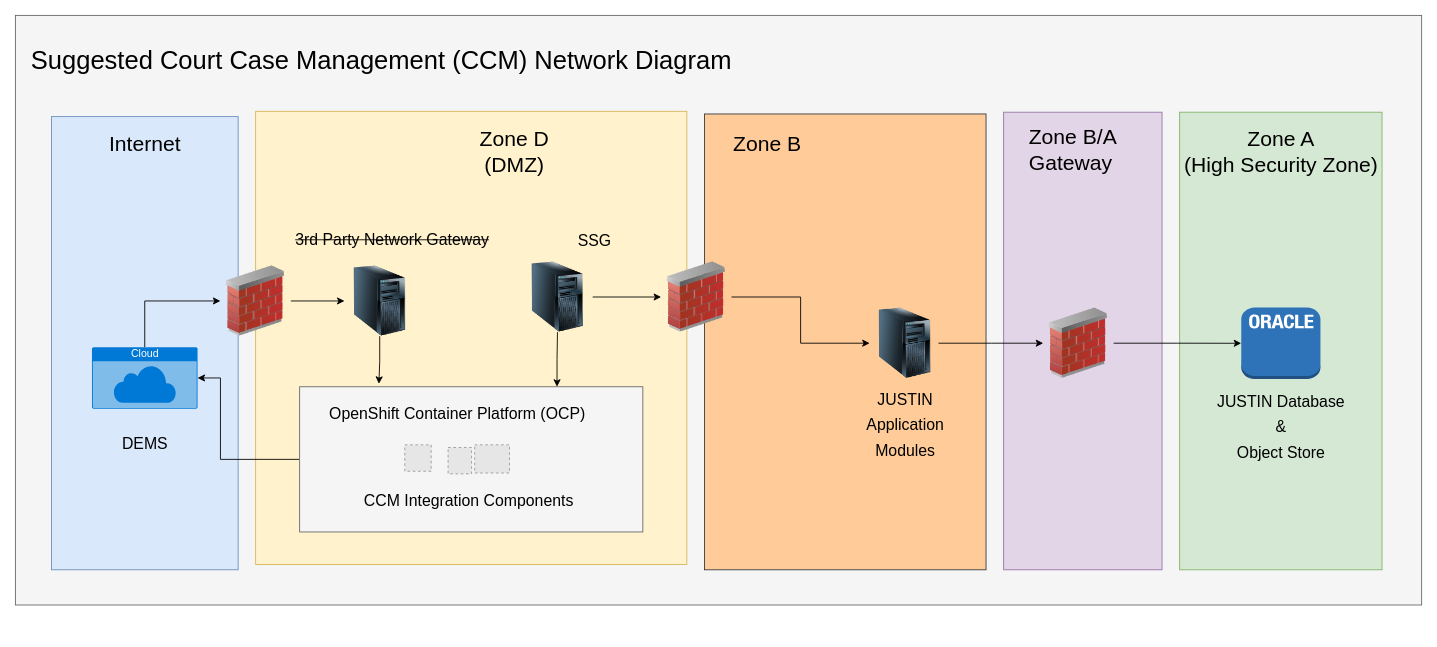
bcgov/jpss-jade-ccm keeps this draw.io diagram as img/src/ccm_network_diagram.drawio. Above is the earlier version. Source tidied: cells renumbered, new cells numbered last; positions are measured from the earlier drawing's top-left corner, leaving out a move shared by most shapes. Both pictures are drawn from the tidied source at 88%, with x=0, y=0 at pixel (15, 15). Pictures stored in the file or linked from it are replaced by grey dashed boxes.
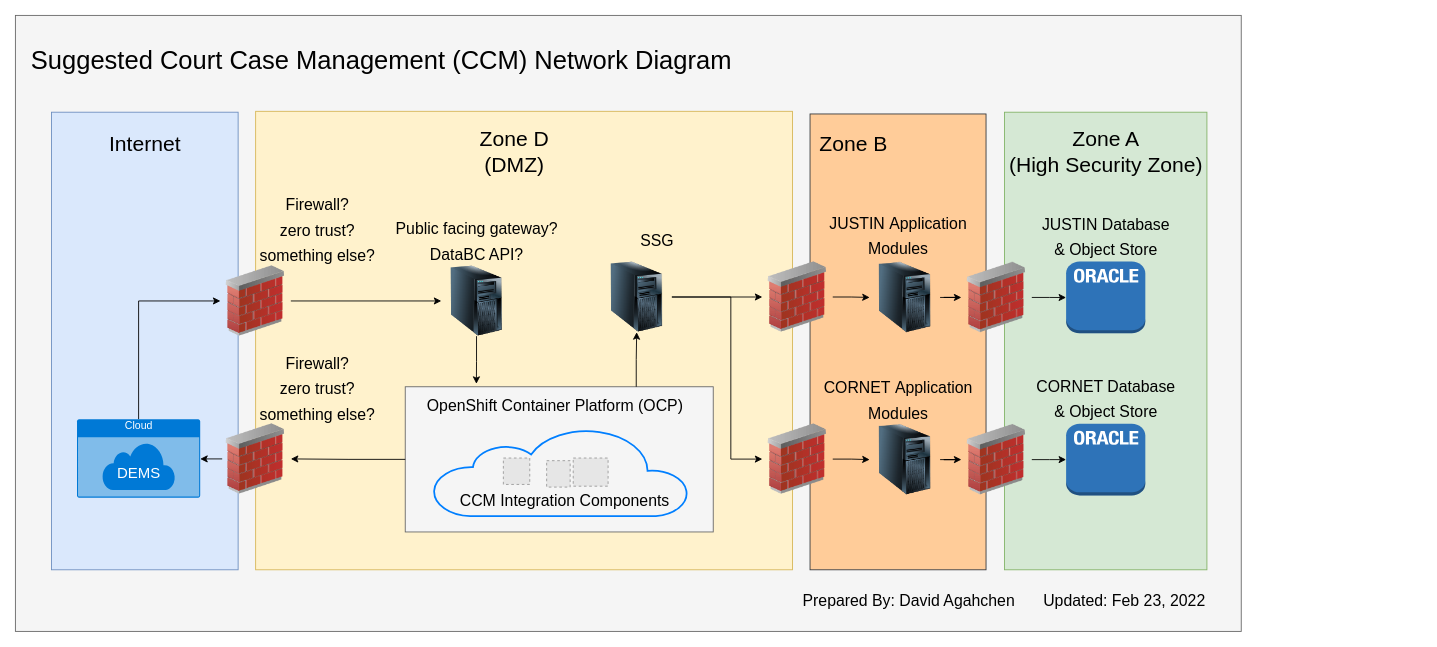
Above is the later version.

Commit message (it also covers changes not shown here):
Updated network diagrams

Diff of the diagram source:
```diff
@@
     <mxCell id="2" style="rounded=0;whiteSpace=wrap;html=1;labelBackgroundColor=none;fontSize=29;fontColor=#333333;fillColor=#f5f5f5;strokeColor=#666666;" parent="1" vertex="1">
-      <mxGeometry width="1598" height="670" as="geometry" />
+      <mxGeometry width="1393" height="700" as="geometry" />
     </mxCell>
+    <mxCell id="7" style="rounded=1;whiteSpace=wrap;html=1;fillColor=#fff2cc;strokeColor=#d6b656;fontSize=25;arcSize=0;" parent="1" vertex="1">
+      <mxGeometry x="273" y="109" width="610" height="521" as="geometry" />
+    </mxCell>
+    <mxCell id="27" style="rounded=1;whiteSpace=wrap;html=1;fillColor=#f5f5f5;strokeColor=#666666;fontSize=25;arcSize=0;fontColor=#333333;" parent="1" vertex="1">
+      <mxGeometry x="443" y="422" width="350" height="165" as="geometry" />
+    </mxCell>
+    <mxCell id="42" style="html=1;verticalLabelPosition=bottom;align=center;labelBackgroundColor=#ffffff;verticalAlign=top;strokeWidth=2;shadow=0;dashed=0;shape=mxgraph.ios7.icons.cloud;fontSize=17;fillColor=none;strokeColor=#007FFF;" parent="1" vertex="1">
+      <mxGeometry x="475" y="469" width="290" height="100" as="geometry" />
+    </mxCell>
     <mxCell id="3" style="rounded=1;whiteSpace=wrap;html=1;fillColor=#ffcc99;strokeColor=#36393d;fontSize=25;fontColor=#000000;arcSize=0;" parent="1" vertex="1">
-      <mxGeometry x="783" y="112" width="320" height="518" as="geometry" />
+      <mxGeometry x="903" y="112" width="200" height="518" as="geometry" />
     </mxCell>
     <mxCell id="4" style="rounded=1;whiteSpace=wrap;html=1;fillColor=#d5e8d4;strokeColor=#82b366;fontSize=25;arcSize=0;" parent="1" vertex="1">
-      <mxGeometry x="1323" y="110" width="230" height="520" as="geometry" />
+      <mxGeometry x="1124" y="110" width="230" height="520" as="geometry" />
     </mxCell>
@@
     <mxCell id="6" style="rounded=1;whiteSpace=wrap;html=1;fontSize=25;arcSize=0;fillColor=#dae8fc;strokeColor=#6c8ebf;" parent="1" vertex="1">
-      <mxGeometry x="41" y="115" width="212.1" height="515" as="geometry" />
+      <mxGeometry x="41" y="110" width="212.1" height="520" as="geometry" />
     </mxCell>
-    <mxCell id="7" style="rounded=1;whiteSpace=wrap;html=1;fillColor=#fff2cc;strokeColor=#d6b656;fontSize=25;arcSize=0;" parent="1" vertex="1">
-      <mxGeometry x="273" y="109" width="490" height="515" as="geometry" />
-    </mxCell>
@@
     <mxCell id="9" value="&lt;span style=&quot;font-weight: 400&quot;&gt;Zone B&lt;br&gt;&lt;/span&gt;" style="text;strokeColor=none;fillColor=none;html=1;fontSize=24;fontStyle=1;verticalAlign=middle;align=left;rounded=1;labelBackgroundColor=none;fontColor=#000000;" parent="1" vertex="1">
-      <mxGeometry x="813.8" y="124" width="90" height="45" as="geometry" />
+      <mxGeometry x="911.8" y="124" width="90" height="45" as="geometry" />
     </mxCell>
@@
     <mxCell id="13" style="image;html=1;image=img/lib/clip_art/networking/Firewall_02_128x128.png;" parent="1" vertex="1">
-      <mxGeometry x="733.8" y="280" width="80" height="80" as="geometry" />
+      <mxGeometry x="848.8" y="280" width="80" height="80" as="geometry" />
     </mxCell>
-    <mxCell id="14" style="rounded=1;whiteSpace=wrap;html=1;fillColor=#e1d5e7;strokeColor=#9673a6;fontSize=25;arcSize=0;" parent="1" vertex="1">
-      <mxGeometry x="1123" y="110" width="180" height="520" as="geometry" />
-    </mxCell>
@@
     <mxCell id="16" style="image;html=1;image=img/lib/clip_art/networking/Firewall_02_128x128.png;" parent="1" vertex="1">
-      <mxGeometry x="1168" y="332.5" width="80" height="80" as="geometry" />
+      <mxGeometry x="1075" y="280.5" width="80" height="80" as="geometry" />
     </mxCell>
-    <mxCell id="17" value="&lt;span style=&quot;font-weight: 400&quot;&gt;Zone B/A&lt;br&gt;Gateway&lt;br&gt;&lt;/span&gt;" style="text;strokeColor=none;fillColor=none;html=1;fontSize=24;fontStyle=1;verticalAlign=middle;align=left;rounded=1;labelBackgroundColor=none;fontColor=#000000;" parent="1" vertex="1">
-      <mxGeometry x="1149.8" y="130" width="90" height="45" as="geometry" />
-    </mxCell>
-    <mxCell id="18" value="&lt;div&gt;&lt;span style=&quot;font-size: 18px ; font-weight: 400&quot;&gt;&lt;strike&gt;3rd Party Network Gateway&lt;/strike&gt;&lt;/span&gt;&lt;/div&gt;" style="text;strokeColor=none;fillColor=none;html=1;fontSize=24;fontStyle=1;verticalAlign=middle;align=center;rounded=1;labelBackgroundColor=none;fontColor=#000000;" parent="1" vertex="1">
-      <mxGeometry x="312.5" y="230" width="230" height="45" as="geometry" />
-    </mxCell>
@@
     <mxCell id="20" value="Cloud" style="html=1;strokeColor=none;fillColor=#0079D6;labelPosition=center;verticalLabelPosition=middle;verticalAlign=top;align=center;fontSize=12;outlineConnect=0;spacingTop=-6;fontColor=#FFFFFF;sketch=0;shape=mxgraph.sitemap.cloud;" parent="1" vertex="1">
-      <mxGeometry x="87" y="377" width="120" height="70" as="geometry" />
+      <mxGeometry x="70" y="459" width="140" height="89" as="geometry" />
     </mxCell>
-    <mxCell id="21" value="&lt;div&gt;&lt;span style=&quot;font-size: 18px ; font-weight: 400&quot;&gt;DEMS&lt;/span&gt;&lt;/div&gt;" style="text;strokeColor=none;fillColor=none;html=1;fontSize=24;fontStyle=1;verticalAlign=middle;align=center;rounded=1;labelBackgroundColor=none;fontColor=#000000;" parent="1" vertex="1">
-      <mxGeometry x="102" y="462.5" width="90" height="45" as="geometry" />
+    <mxCell id="21" value="&lt;div style=&quot;font-size: 17px;&quot;&gt;&lt;span style=&quot;font-size: 17px; font-weight: 400;&quot;&gt;DEMS&lt;/span&gt;&lt;/div&gt;" style="text;strokeColor=none;fillColor=none;html=1;fontSize=17;fontStyle=1;verticalAlign=middle;align=center;rounded=1;labelBackgroundColor=none;fontColor=#FFFFFF;" parent="1" vertex="1">
+      <mxGeometry x="95" y="498" width="90" height="45" as="geometry" />
     </mxCell>
@@
-    <mxCell id="23" style="edgeStyle=orthogonalEdgeStyle;rounded=0;jettySize=auto;html=1;entryX=0.5;entryY=1;entryDx=0;entryDy=0;fontSize=18;startArrow=classic;startFill=1;exitX=0.75;exitY=0;exitDx=0;exitDy=0;strokeColor=#000000;endArrow=none;endFill=0;" parent="1" edge="1" source="27" target="37">
+    <mxCell id="23" style="edgeStyle=orthogonalEdgeStyle;rounded=0;jettySize=auto;html=1;entryX=0.5;entryY=1;entryDx=0;entryDy=0;fontSize=18;startArrow=none;startFill=0;exitX=0.75;exitY=0;exitDx=0;exitDy=0;strokeColor=#000000;endArrow=classic;endFill=1;" parent="1" edge="1" source="27" target="37">
       <mxGeometry relative="1" as="geometry" />
     </mxCell>
     <mxCell id="24" style="image;html=1;image=img/lib/clip_art/computers/Server_Tower_128x128.png;fontSize=18;" parent="1" vertex="1">
-      <mxGeometry x="374" y="284.5" width="80" height="80" as="geometry" />
+      <mxGeometry x="484" y="284.5" width="80" height="80" as="geometry" />
     </mxCell>
@@
-    <mxCell id="26" style="edgeStyle=orthogonalEdgeStyle;rounded=0;jettySize=auto;html=1;fontSize=18;startArrow=none;startFill=0;strokeColor=#000000;" parent="1" edge="1" source="27" target="20">
-      <mxGeometry relative="1" as="geometry">
-        <Array as="points">
-          <mxPoint x="233" y="504" />
-          <mxPoint x="233" y="412" />
-        </Array>
-      </mxGeometry>
-    </mxCell>
-    <mxCell id="27" style="rounded=1;whiteSpace=wrap;html=1;fillColor=#f5f5f5;strokeColor=#666666;fontSize=25;arcSize=0;fontColor=#333333;" parent="1" vertex="1">
-      <mxGeometry x="323" y="422" width="390" height="165" as="geometry" />
-    </mxCell>
     <mxCell id="28" value="&lt;div&gt;&lt;span style=&quot;font-size: 18px ; font-weight: 400&quot;&gt;OpenShift Container Platform (OCP)&lt;/span&gt;&lt;/div&gt;" style="text;strokeColor=none;fillColor=none;html=1;fontSize=24;fontStyle=1;verticalAlign=middle;align=center;rounded=1;labelBackgroundColor=none;fontColor=#000000;" parent="1" vertex="1">
-      <mxGeometry x="341" y="428" width="321.9" height="45" as="geometry" />
+      <mxGeometry x="452" y="419" width="321.9" height="45" as="geometry" />
     </mxCell>
     <mxCell id="29" style="fillColor=#E6E6E6;strokeColor=#999999;dashed=1;verticalLabelPosition=bottom;verticalAlign=top;" parent="1" vertex="1">
-      <mxGeometry x="442.5" y="488" width="30" height="30" as="geometry" />
+      <mxGeometry x="554.5" y="503" width="30" height="30" as="geometry" />
     </mxCell>
     <mxCell id="30" style="fillColor=#E6E6E6;strokeColor=#999999;dashed=1;verticalLabelPosition=bottom;verticalAlign=top;" parent="1" vertex="1">
-      <mxGeometry x="491.7" y="491" width="26.7" height="30" as="geometry" />
+      <mxGeometry x="603.7" y="506" width="26.7" height="30" as="geometry" />
     </mxCell>
     <mxCell id="31" style="fillColor=#E6E6E6;strokeColor=#999999;dashed=1;verticalLabelPosition=bottom;labelBackgroundColor=#ffffff;verticalAlign=top;" parent="1" vertex="1">
-      <mxGeometry x="521.9" y="488" width="39.6" height="32" as="geometry" />
+      <mxGeometry x="633.9" y="503" width="39.6" height="32" as="geometry" />
     </mxCell>
     <mxCell id="32" value="&lt;div&gt;&lt;span style=&quot;font-size: 18px ; font-weight: 400&quot;&gt;CCM Integration Components&lt;/span&gt;&lt;/div&gt;" style="text;strokeColor=none;fillColor=none;html=1;fontSize=24;fontStyle=1;verticalAlign=middle;align=center;rounded=1;labelBackgroundColor=none;fontColor=#000000;" parent="1" vertex="1">
-      <mxGeometry x="385" y="527" width="260" height="45" as="geometry" />
+      <mxGeometry x="494" y="527" width="260" height="45" as="geometry" />
     </mxCell>
     <mxCell id="33" value="&lt;span style=&quot;font-weight: 400&quot;&gt;Zone A&lt;br&gt;&lt;div&gt;&lt;span&gt;(High Security Zone)&lt;/span&gt;&lt;/div&gt;&lt;/span&gt;" style="text;strokeColor=none;fillColor=none;html=1;fontSize=24;fontStyle=1;verticalAlign=middle;align=center;rounded=1;labelBackgroundColor=none;fontColor=#000000;" parent="1" vertex="1">
-      <mxGeometry x="1393" y="132" width="90" height="45" as="geometry" />
+      <mxGeometry x="1194" y="132" width="90" height="45" as="geometry" />
     </mxCell>
     <mxCell id="34" style="outlineConnect=0;dashed=0;verticalLabelPosition=bottom;verticalAlign=top;align=center;html=1;shape=mxgraph.aws3.oracle_db_instance_2;fillColor=#2E73B8;gradientColor=none;fontSize=18;" parent="1" vertex="1">
-      <mxGeometry x="1393" y="331.8" width="90" height="81.5" as="geometry" />
+      <mxGeometry x="1194" y="279.8" width="90" height="81.5" as="geometry" />
     </mxCell>
-    <mxCell id="35" value="&lt;div&gt;&lt;span style=&quot;font-size: 18px ; font-weight: 400&quot;&gt;JUSTIN Database&lt;/span&gt;&lt;/div&gt;&lt;div&gt;&lt;span style=&quot;font-size: 18px ; font-weight: 400&quot;&gt;&amp;amp;&lt;/span&gt;&lt;/div&gt;&lt;div&gt;&lt;span style=&quot;font-size: 18px ; font-weight: 400&quot;&gt;Object Store&lt;/span&gt;&lt;/div&gt;" style="text;strokeColor=none;fillColor=none;html=1;fontSize=24;fontStyle=1;verticalAlign=middle;align=center;rounded=1;labelBackgroundColor=none;fontColor=#000000;" parent="1" vertex="1">
-      <mxGeometry x="1363" y="443" width="150" height="45" as="geometry" />
+    <mxCell id="35" value="&lt;div&gt;&lt;span style=&quot;font-size: 18px ; font-weight: 400&quot;&gt;JUSTIN Database&lt;/span&gt;&lt;/div&gt;&lt;div&gt;&lt;span style=&quot;font-size: 18px ; font-weight: 400&quot;&gt;&amp;amp;&amp;nbsp;&lt;/span&gt;&lt;span style=&quot;font-size: 18px ; font-weight: 400&quot;&gt;Object Store&lt;/span&gt;&lt;/div&gt;" style="text;strokeColor=none;fillColor=none;html=1;fontSize=24;fontStyle=1;verticalAlign=middle;align=center;rounded=1;labelBackgroundColor=none;fontColor=#000000;" parent="1" vertex="1">
+      <mxGeometry x="1164" y="227" width="150" height="45" as="geometry" />
     </mxCell>
@@
     <mxCell id="37" style="image;html=1;image=img/lib/clip_art/computers/Server_Tower_128x128.png;fontSize=18;" parent="1" vertex="1">
-      <mxGeometry x="576" y="280" width="80" height="80" as="geometry" />
+      <mxGeometry x="666" y="280" width="80" height="80" as="geometry" />
     </mxCell>
     <mxCell id="38" value="&lt;div&gt;&lt;span style=&quot;font-size: 18px ; font-weight: 400&quot;&gt;SSG&lt;/span&gt;&lt;/div&gt;" style="text;strokeColor=none;fillColor=none;html=1;fontSize=24;fontStyle=1;verticalAlign=middle;align=center;rounded=1;labelBackgroundColor=none;fontColor=#000000;" parent="1" vertex="1">
-      <mxGeometry x="593" y="232" width="129.2" height="46.5" as="geometry" />
+      <mxGeometry x="664" y="232" width="129.2" height="46.5" as="geometry" />
     </mxCell>
-    <mxCell id="39" style="edgeStyle=orthogonalEdgeStyle;rounded=0;jettySize=auto;html=1;fontSize=18;startArrow=classic;startFill=1;endArrow=none;strokeColor=#000000;" parent="1" edge="1" source="16">
-      <mxGeometry relative="1" as="geometry">
-        <mxPoint x="1049" y="372.5" as="targetPoint" />
-      </mxGeometry>
+    <mxCell id="39" style="edgeStyle=orthogonalEdgeStyle;rounded=0;jettySize=auto;html=1;fontSize=18;startArrow=classic;startFill=1;endArrow=none;strokeColor=#000000;" parent="1" edge="1" source="16" target="41">
+      <mxGeometry relative="1" as="geometry" />
     </mxCell>
-    <mxCell id="40" value="&lt;div&gt;&lt;span style=&quot;font-size: 18px ; font-weight: 400&quot;&gt;JUSTIN&lt;/span&gt;&lt;/div&gt;&lt;div&gt;&lt;span style=&quot;font-size: 18px ; font-weight: 400&quot;&gt;Application&lt;/span&gt;&lt;/div&gt;&lt;div&gt;&lt;span style=&quot;font-size: 18px ; font-weight: 400&quot;&gt;Modules&lt;/span&gt;&lt;/div&gt;" style="text;strokeColor=none;fillColor=none;html=1;fontSize=24;fontStyle=1;verticalAlign=middle;align=center;rounded=1;labelBackgroundColor=none;fontColor=#000000;" parent="1" vertex="1">
-      <mxGeometry x="895.8" y="412" width="230" height="104" as="geometry" />
+    <mxCell id="40" value="&lt;div&gt;&lt;span style=&quot;font-size: 18px ; font-weight: 400&quot;&gt;JUSTIN&amp;nbsp;&lt;/span&gt;&lt;span style=&quot;font-size: 18px ; font-weight: 400&quot;&gt;Application&lt;/span&gt;&lt;/div&gt;&lt;div&gt;&lt;span style=&quot;font-size: 18px ; font-weight: 400&quot;&gt;Modules&lt;/span&gt;&lt;/div&gt;" style="text;strokeColor=none;fillColor=none;html=1;fontSize=24;fontStyle=1;verticalAlign=middle;align=center;rounded=1;labelBackgroundColor=none;fontColor=#000000;" parent="1" vertex="1">
+      <mxGeometry x="887.8" y="197" width="230" height="104" as="geometry" />
     </mxCell>
     <mxCell id="41" style="image;html=1;image=img/lib/clip_art/computers/Server_Tower_128x128.png;fontSize=18;" parent="1" vertex="1">
-      <mxGeometry x="970.8" y="332.5" width="80" height="80" as="geometry" />
+      <mxGeometry x="970.8" y="280.5" width="80" height="80" as="geometry" />
     </mxCell>
+    <mxCell id="43" value="&lt;span style=&quot;font-size: 18px ; font-weight: 400&quot;&gt;Public facing gateway?&lt;br&gt;DataBC API?&lt;br&gt;&lt;/span&gt;" style="text;strokeColor=none;fillColor=none;html=1;fontSize=24;fontStyle=1;verticalAlign=middle;align=center;rounded=1;labelBackgroundColor=none;fontColor=#000000;" parent="1" vertex="1">
+      <mxGeometry x="459.4" y="232" width="129.2" height="46.5" as="geometry" />
+    </mxCell>
+    <mxCell id="44" style="edgeStyle=orthogonalEdgeStyle;rounded=0;jettySize=auto;html=1;fontSize=18;startArrow=none;startFill=0;strokeColor=#000000;endArrow=classic;endFill=1;" parent="1" edge="1" source="27" target="56">
+      <mxGeometry relative="1" as="geometry" />
+    </mxCell>
+    <mxCell id="45" value="&lt;span style=&quot;font-size: 18px ; font-weight: 400&quot;&gt;Firewall?&lt;br&gt;zero trust?&lt;br&gt;something else?&lt;br&gt;&lt;/span&gt;" style="text;strokeColor=none;fillColor=none;html=1;fontSize=24;fontStyle=1;verticalAlign=middle;align=center;rounded=1;labelBackgroundColor=none;fontColor=#000000;" parent="1" vertex="1">
+      <mxGeometry x="278.4" y="220" width="129.2" height="46.5" as="geometry" />
+    </mxCell>
+    <mxCell id="46" style="edgeStyle=orthogonalEdgeStyle;rounded=0;jettySize=auto;html=1;fontSize=18;startArrow=classic;startFill=1;strokeColor=#000000;endArrow=none;endFill=0;entryX=1;entryY=0.5;entryDx=0;entryDy=0;exitX=0;exitY=0.5;exitDx=0;exitDy=0;" parent="1" edge="1" source="47" target="37">
+      <mxGeometry relative="1" as="geometry">
+        <Array as="points">
+          <mxPoint x="813" y="504" />
+          <mxPoint x="813" y="320" />
+        </Array>
+      </mxGeometry>
+    </mxCell>
+    <mxCell id="47" style="image;html=1;image=img/lib/clip_art/networking/Firewall_02_128x128.png;" parent="1" vertex="1">
+      <mxGeometry x="848.8" y="464.2" width="80" height="80" as="geometry" />
+    </mxCell>
+    <mxCell id="48" style="edgeStyle=orthogonalEdgeStyle;rounded=0;jettySize=auto;html=1;fontSize=18;startArrow=none;startFill=0;strokeColor=#000000;" parent="1" edge="1" source="49" target="50">
+      <mxGeometry relative="1" as="geometry" />
+    </mxCell>
+    <mxCell id="49" style="image;html=1;image=img/lib/clip_art/networking/Firewall_02_128x128.png;" parent="1" vertex="1">
+      <mxGeometry x="1075" y="464.8" width="80" height="80" as="geometry" />
+    </mxCell>
+    <mxCell id="50" style="outlineConnect=0;dashed=0;verticalLabelPosition=bottom;verticalAlign=top;align=center;html=1;shape=mxgraph.aws3.oracle_db_instance_2;fillColor=#2E73B8;gradientColor=none;fontSize=18;" parent="1" vertex="1">
+      <mxGeometry x="1194" y="464" width="90" height="81.5" as="geometry" />
+    </mxCell>
+    <mxCell id="51" value="&lt;div&gt;&lt;span style=&quot;font-size: 18px ; font-weight: 400&quot;&gt;CORNET Database&lt;/span&gt;&lt;/div&gt;&lt;div&gt;&lt;span style=&quot;font-size: 18px ; font-weight: 400&quot;&gt;&amp;amp;&amp;nbsp;&lt;/span&gt;&lt;span style=&quot;font-size: 18px ; font-weight: 400&quot;&gt;Object Store&lt;/span&gt;&lt;/div&gt;" style="text;strokeColor=none;fillColor=none;html=1;fontSize=24;fontStyle=1;verticalAlign=middle;align=center;rounded=1;labelBackgroundColor=none;fontColor=#000000;" parent="1" vertex="1">
+      <mxGeometry x="1164" y="411.2" width="150" height="45" as="geometry" />
+    </mxCell>
+    <mxCell id="52" style="edgeStyle=orthogonalEdgeStyle;rounded=0;jettySize=auto;html=1;entryX=0;entryY=0.5;entryDx=0;entryDy=0;fontSize=18;startArrow=none;startFill=0;strokeColor=#000000;" parent="1" edge="1" source="47" target="55">
+      <mxGeometry relative="1" as="geometry" />
+    </mxCell>
+    <mxCell id="53" style="edgeStyle=orthogonalEdgeStyle;rounded=0;jettySize=auto;html=1;fontSize=18;startArrow=classic;startFill=1;endArrow=none;strokeColor=#000000;" parent="1" edge="1" source="49" target="55">
+      <mxGeometry relative="1" as="geometry" />
+    </mxCell>
+    <mxCell id="54" value="&lt;div&gt;&lt;span style=&quot;font-size: 18px ; font-weight: 400&quot;&gt;CORNET&amp;nbsp;&lt;/span&gt;&lt;span style=&quot;font-size: 18px ; font-weight: 400&quot;&gt;Application&lt;/span&gt;&lt;/div&gt;&lt;div&gt;&lt;span style=&quot;font-size: 18px ; font-weight: 400&quot;&gt;Modules&lt;/span&gt;&lt;/div&gt;" style="text;strokeColor=none;fillColor=none;html=1;fontSize=24;fontStyle=1;verticalAlign=middle;align=center;rounded=1;labelBackgroundColor=none;fontColor=#000000;" parent="1" vertex="1">
+      <mxGeometry x="887.8" y="384.2" width="230" height="104" as="geometry" />
+    </mxCell>
+    <mxCell id="55" style="image;html=1;image=img/lib/clip_art/computers/Server_Tower_128x128.png;fontSize=18;" parent="1" vertex="1">
+      <mxGeometry x="970.8" y="464.8" width="80" height="80" as="geometry" />
+    </mxCell>
+    <mxCell id="56" style="image;html=1;image=img/lib/clip_art/networking/Firewall_02_128x128.png;" parent="1" vertex="1">
+      <mxGeometry x="233" y="464" width="80" height="80" as="geometry" />
+    </mxCell>
+    <mxCell id="57" value="&lt;span style=&quot;font-size: 18px ; font-weight: 400&quot;&gt;Firewall?&lt;br&gt;zero trust?&lt;br&gt;something else?&lt;br&gt;&lt;/span&gt;" style="text;strokeColor=none;fillColor=none;html=1;fontSize=24;fontStyle=1;verticalAlign=middle;align=center;rounded=1;labelBackgroundColor=none;fontColor=#000000;" parent="1" vertex="1">
+      <mxGeometry x="278.4" y="399.5" width="129.2" height="46.5" as="geometry" />
+    </mxCell>
+    <mxCell id="58" style="edgeStyle=orthogonalEdgeStyle;rounded=0;jettySize=auto;html=1;fontSize=18;startArrow=none;startFill=0;strokeColor=#000000;endArrow=classic;endFill=1;exitX=0;exitY=0.5;exitDx=0;exitDy=0;entryX=1;entryY=0.5;entryDx=0;entryDy=0;entryPerimeter=0;" parent="1" edge="1" target="20">
+      <mxGeometry relative="1" as="geometry">
+        <mxPoint x="235" y="504" as="sourcePoint" />
+      </mxGeometry>
+    </mxCell>
+    <mxCell id="59" value="&lt;div&gt;&lt;span style=&quot;font-size: 18px ; font-weight: 400&quot;&gt;Updated: Feb 23, 2022&lt;/span&gt;&lt;/div&gt;" style="text;strokeColor=none;fillColor=none;html=1;fontSize=24;fontStyle=1;verticalAlign=middle;align=center;rounded=1;labelBackgroundColor=none;fontColor=#000000;" parent="1" vertex="1">
+      <mxGeometry x="1156" y="641" width="207" height="45" as="geometry" />
+    </mxCell>
+    <mxCell id="60" value="&lt;div&gt;&lt;span style=&quot;font-size: 18px ; font-weight: 400&quot;&gt;Prepared By: David Agahchen&lt;/span&gt;&lt;/div&gt;" style="text;strokeColor=none;fillColor=none;html=1;fontSize=24;fontStyle=1;verticalAlign=middle;align=center;rounded=1;labelBackgroundColor=none;fontColor=#000000;" parent="1" vertex="1">
+      <mxGeometry x="886" y="641" width="257" height="45" as="geometry" />
+    </mxCell>
```
